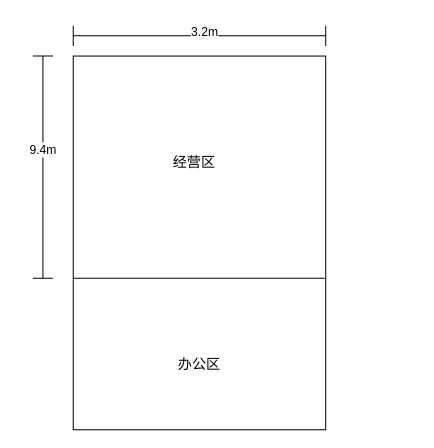
This is 医疗器械平面图.drawio from irene404/UMessage_1_4, a draw.io file, before an edit. Source tidied: cells renumbered, new cells numbered last; positions are measured from the earlier drawing's top-left corner, leaving out a move shared by most shapes. Both pictures are drawn from the tidied source at 101%, with x=0, y=0 at pixel (17, 17).
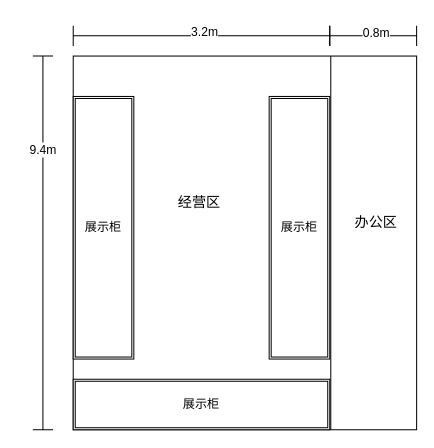
The same page after the edit.

Commit message (it also covers changes not shown here):
更新医疗器械平面图.drawio

Diff of the diagram source:
```diff
@@
 <mxGraphModel>
   <root>
     <mxCell id="0" />
     <mxCell id="1" parent="0" />
     <mxCell id="2" style="rounded=0;whiteSpace=wrap;html=1;" parent="1" vertex="1">
-      <mxGeometry x="55" y="38" width="250" height="370" as="geometry" />
+      <mxGeometry x="55" y="38" width="340" height="370" as="geometry" />
     </mxCell>
-    <mxCell id="3" style="endArrow=none;html=1;rounded=0;exitX=0;exitY=0.608;exitDx=0;exitDy=0;exitPerimeter=0;entryX=0.996;entryY=0.608;entryDx=0;entryDy=0;entryPerimeter=0;" parent="1" edge="1">
-      <mxGeometry relative="1" as="geometry">
-        <mxPoint x="55" y="258" as="sourcePoint" />
-        <mxPoint x="304" y="258" as="targetPoint" />
-      </mxGeometry>
-    </mxCell>
     <mxCell id="4" value="办公区" style="text;html=1;align=center;verticalAlign=middle;whiteSpace=wrap;rounded=0;fontSize=14;" parent="1" vertex="1">
-      <mxGeometry x="150" y="328" width="60" height="30" as="geometry" />
+      <mxGeometry x="325" y="188" width="60" height="30" as="geometry" />
     </mxCell>
     <mxCell id="5" value="经营区" style="text;html=1;align=center;verticalAlign=middle;whiteSpace=wrap;rounded=0;fontSize=14;" parent="1" vertex="1">
-      <mxGeometry x="145" y="128" width="60" height="30" as="geometry" />
+      <mxGeometry x="150" y="168" width="60" height="30" as="geometry" />
     </mxCell>
     <mxCell id="6" style="shape=crossbar;whiteSpace=wrap;html=1;rounded=1;direction=south;" parent="1" vertex="1">
-      <mxGeometry x="15" y="38" width="20" height="220" as="geometry" />
+      <mxGeometry x="15" y="38" width="20" height="370" as="geometry" />
     </mxCell>
     <mxCell id="7" value="9.4m" style="text;html=1;align=center;verticalAlign=middle;strokeColor=none;fillColor=none;labelBackgroundColor=default;" parent="1" vertex="1">
       <mxGeometry y="116" width="50" height="30" as="geometry" />
     </mxCell>
     <mxCell id="8" style="shape=crossbar;whiteSpace=wrap;html=1;rounded=1;" parent="1" vertex="1">
-      <mxGeometry x="55" y="8" width="250" height="20" as="geometry" />
+      <mxGeometry x="55" y="8" width="254" height="20" as="geometry" />
     </mxCell>
     <mxCell id="9" value="3.2m" style="text;html=1;align=center;verticalAlign=middle;strokeColor=none;fillColor=none;labelBackgroundColor=default;" parent="1" vertex="1">
       <mxGeometry x="160" width="50" height="30" as="geometry" />
     </mxCell>
+    <mxCell id="10" style="endArrow=none;html=1;rounded=0;" parent="1" edge="1" source="2">
+      <mxGeometry relative="1" as="geometry">
+        <mxPoint x="305" y="38" as="targetPoint" />
+      </mxGeometry>
+    </mxCell>
+    <mxCell id="11" style="endArrow=none;html=1;rounded=0;" parent="1" edge="1" source="2">
+      <mxGeometry relative="1" as="geometry">
+        <mxPoint x="305" y="38" as="targetPoint" />
+      </mxGeometry>
+    </mxCell>
+    <mxCell id="12" style="endArrow=none;html=1;rounded=0;" parent="1" edge="1" target="2">
+      <mxGeometry relative="1" as="geometry">
+        <mxPoint x="305" y="408" as="sourcePoint" />
+      </mxGeometry>
+    </mxCell>
+    <mxCell id="13" style="endArrow=none;html=1;rounded=0;exitX=0.75;exitY=0;exitDx=0;exitDy=0;entryX=0.75;entryY=1;entryDx=0;entryDy=0;" parent="1" edge="1" source="2" target="2">
+      <mxGeometry relative="1" as="geometry" />
+    </mxCell>
+    <mxCell id="14" style="shape=crossbar;whiteSpace=wrap;html=1;rounded=1;" parent="1" vertex="1">
+      <mxGeometry x="309" y="8" width="86" height="20" as="geometry" />
+    </mxCell>
+    <mxCell id="15" value="0.8m" style="text;html=1;align=center;verticalAlign=middle;strokeColor=none;fillColor=none;labelBackgroundColor=default;" parent="1" vertex="1">
+      <mxGeometry x="330" y="1" width="50" height="30" as="geometry" />
+    </mxCell>
+    <mxCell id="16" value="展示柜" style="shape=ext;double=1;rounded=0;whiteSpace=wrap;html=1;" parent="1" vertex="1">
+      <mxGeometry x="55" y="78" width="60" height="260" as="geometry" />
+    </mxCell>
+    <mxCell id="17" value="展示柜" style="shape=ext;double=1;rounded=0;whiteSpace=wrap;html=1;" parent="1" vertex="1">
+      <mxGeometry x="249" y="78" width="60" height="260" as="geometry" />
+    </mxCell>
+    <mxCell id="18" value="展示柜" style="shape=ext;double=1;rounded=0;whiteSpace=wrap;html=1;" parent="1" vertex="1">
+      <mxGeometry x="55" y="358" width="254" height="50" as="geometry" />
+    </mxCell>
   </root>
 </mxGraphModel>
```
